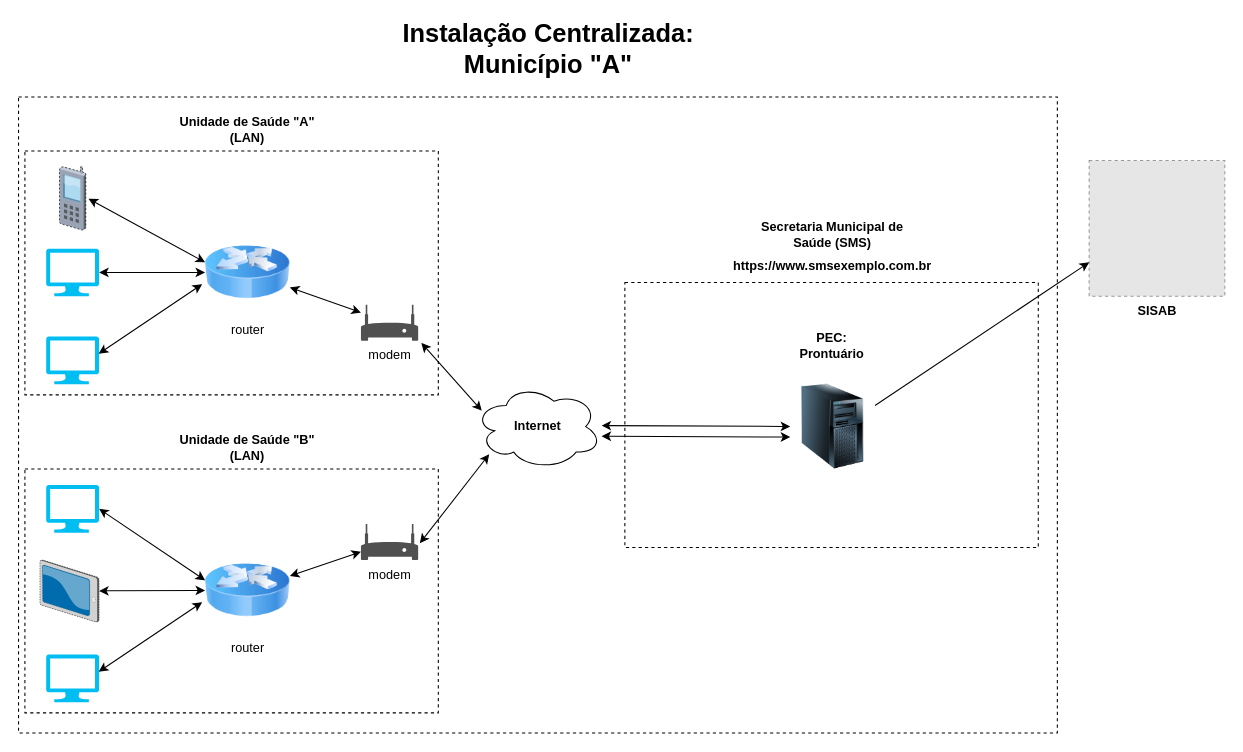
The draw.io diagram page "Centralizado" (3 of 4) of Untitled Diagram.drawio in cwsdevops/scripts-eSUS-APS, before the edit. Source tidied: cells renumbered, new cells numbered last; positions are measured from the earlier drawing's top-left corner, leaving out a move shared by most shapes. Both pictures are drawn from the tidied source at 106%, with x=0, y=0 at pixel (18, 33). Pictures stored in the file or linked from it are replaced by grey dashed boxes.
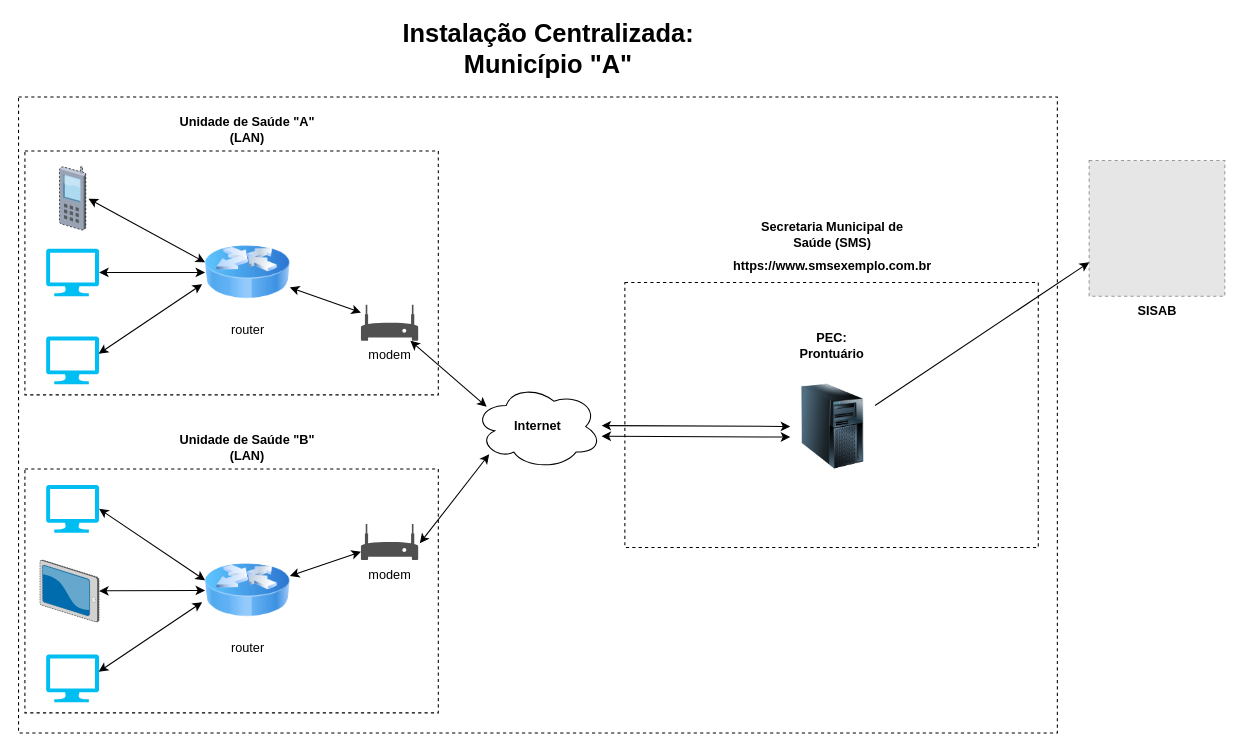
The same page after the edit.

Unchanged cells that the change refers to:
```xml
<mxCell id="24" value="Internet" style="ellipse;shape=cloud;whiteSpace=wrap;html=1;fontStyle=1;" parent="1" vertex="1">
  <mxGeometry x="430" y="331" width="120" height="80" as="geometry" />
</mxCell>
<mxCell id="27" value="modem" style="sketch=0;shadow=0;dashed=0;html=1;strokeColor=none;fillColor=#505050;labelPosition=center;verticalLabelPosition=bottom;verticalAlign=top;outlineConnect=0;align=center;shape=mxgraph.office.devices.modem;" parent="1" vertex="1">
  <mxGeometry x="323" y="256" width="54" height="34" as="geometry" />
</mxCell>
```

The edit, as a diff of the source:
```diff
@@
-    <mxCell id="29" style="endArrow=classic;startArrow=classic;html=1;rounded=0;" parent="1" edge="1">
-      <mxGeometry relative="1" as="geometry">
-        <mxPoint x="380" y="292" as="sourcePoint" />
-        <mxPoint x="437" y="356" as="targetPoint" />
-      </mxGeometry>
-    </mxCell>
@@
+    <mxCell id="38" style="endArrow=classic;startArrow=classic;html=1;rounded=0;entryX=0.097;entryY=0.266;entryDx=0;entryDy=0;entryPerimeter=0;" parent="1" edge="1" source="27" target="24">
+      <mxGeometry relative="1" as="geometry" />
+    </mxCell>
```
